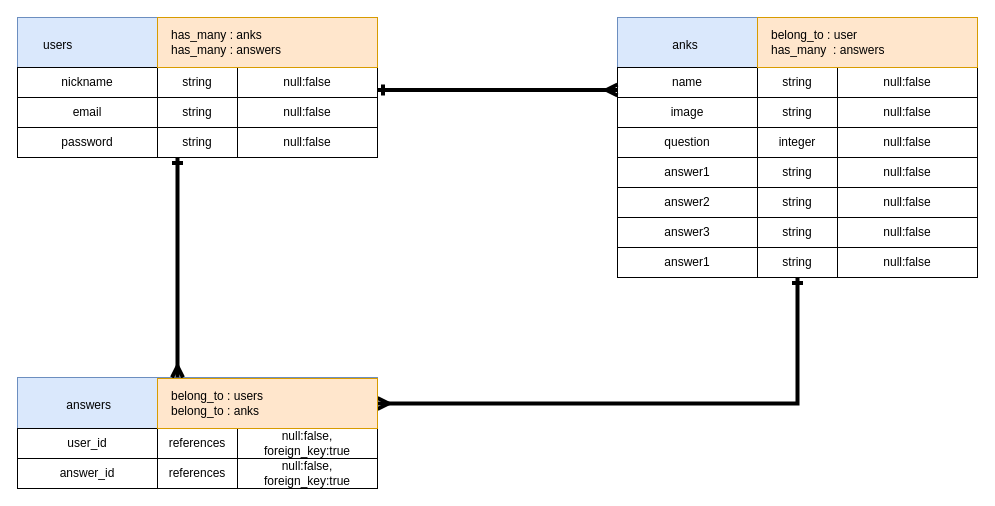
This is ER図.drawio from maruta-kazuhiro/KantananK, a draw.io file, before an edit. Source tidied: cells renumbered, new cells numbered last; positions are measured from the earlier drawing's top-left corner, leaving out a move shared by most shapes. Both pictures are drawn from the tidied source at 100%, with x=0, y=0 at pixel (17, 17).
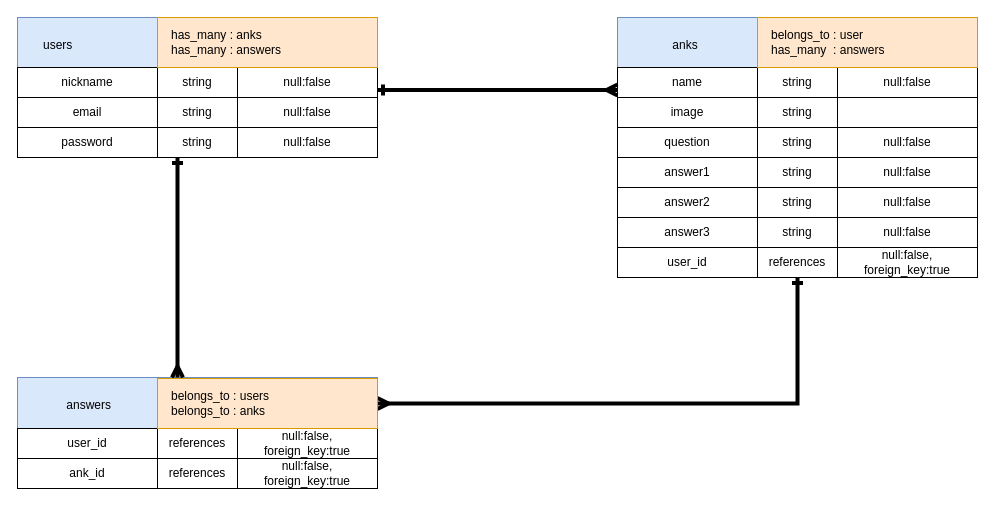
After the change.

Commit message (it also covers changes not shown here):
テーブルの記述

Diff of the diagram source:
```diff
@@
-    <mxCell id="11" value="answer_id" style="rounded=0;whiteSpace=wrap;html=1;gradientColor=none;" parent="1" vertex="1">
+    <mxCell id="11" value="ank_id" style="rounded=0;whiteSpace=wrap;html=1;gradientColor=none;" parent="1" vertex="1">
       <mxGeometry y="441" width="140" height="30" as="geometry" />
     </mxCell>
@@
-    <mxCell id="31" value="integer" style="rounded=0;whiteSpace=wrap;html=1;gradientColor=none;" parent="1" vertex="1">
+    <mxCell id="31" value="string" style="rounded=0;whiteSpace=wrap;html=1;gradientColor=none;" parent="1" vertex="1">
       <mxGeometry x="740" y="110" width="80" height="30" as="geometry" />
     </mxCell>
-    <mxCell id="32" value="null:false" style="rounded=0;whiteSpace=wrap;html=1;gradientColor=none;" parent="1" vertex="1">
+    <mxCell id="32" style="rounded=0;whiteSpace=wrap;html=1;gradientColor=none;" parent="1" vertex="1">
       <mxGeometry x="820" y="80" width="140" height="30" as="geometry" />
     </mxCell>
@@
-    <mxCell id="35" value="　belong_to : user&lt;br&gt;　has_many&amp;nbsp; : answers" style="rounded=0;whiteSpace=wrap;html=1;fillColor=#ffe6cc;strokeColor=#d79b00;align=left;" parent="1" vertex="1">
+    <mxCell id="35" value="　belongs_to : user&lt;br&gt;　has_many&amp;nbsp; : answers" style="rounded=0;whiteSpace=wrap;html=1;fillColor=#ffe6cc;strokeColor=#d79b00;align=left;" parent="1" vertex="1">
       <mxGeometry x="740" width="220" height="50" as="geometry" />
     </mxCell>
-    <mxCell id="36" style="edgeStyle=orthogonalEdgeStyle;rounded=0;jettySize=auto;html=1;exitX=1;exitY=0.5;exitDx=0;exitDy=0;entryX=0.5;entryY=1;entryDx=0;entryDy=0;startArrow=ERmany;startFill=0;endArrow=ERone;endFill=0;strokeWidth=4;" parent="1" edge="1" source="37" target="46">
+    <mxCell id="36" style="edgeStyle=orthogonalEdgeStyle;rounded=0;jettySize=auto;html=1;exitX=1;exitY=0.5;exitDx=0;exitDy=0;entryX=0.5;entryY=1;entryDx=0;entryDy=0;startArrow=ERmany;startFill=0;endArrow=ERone;endFill=0;strokeWidth=4;" parent="1" edge="1" source="37" target="49">
       <mxGeometry relative="1" as="geometry" />
     </mxCell>
-    <mxCell id="37" value="　belong_to : users&lt;br&gt;　belong_to : anks" style="rounded=0;whiteSpace=wrap;html=1;fillColor=#ffe6cc;strokeColor=#d79b00;align=left;" parent="1" vertex="1">
+    <mxCell id="37" value="　belongs_to : users&lt;br&gt;　belongs_to : anks" style="rounded=0;whiteSpace=wrap;html=1;fillColor=#ffe6cc;strokeColor=#d79b00;align=left;" parent="1" vertex="1">
       <mxGeometry x="140" y="361" width="220" height="50" as="geometry" />
     </mxCell>
@@
-    <mxCell id="45" value="answer1" style="rounded=0;whiteSpace=wrap;html=1;gradientColor=none;" parent="1" vertex="1">
-      <mxGeometry x="600" y="230" width="140" height="30" as="geometry" />
-    </mxCell>
-    <mxCell id="46" value="string" style="rounded=0;whiteSpace=wrap;html=1;gradientColor=none;" parent="1" vertex="1">
-      <mxGeometry x="740" y="230" width="80" height="30" as="geometry" />
-    </mxCell>
-    <mxCell id="47" value="null:false" style="rounded=0;whiteSpace=wrap;html=1;gradientColor=none;" parent="1" vertex="1">
-      <mxGeometry x="820" y="230" width="140" height="30" as="geometry" />
-    </mxCell>
+    <mxCell id="48" value="user_id" style="rounded=0;whiteSpace=wrap;html=1;gradientColor=none;" parent="1" vertex="1">
+      <mxGeometry x="600" y="230" width="140" height="30" as="geometry" />
+    </mxCell>
+    <mxCell id="49" value="references" style="rounded=0;whiteSpace=wrap;html=1;gradientColor=none;" parent="1" vertex="1">
+      <mxGeometry x="740" y="230" width="80" height="30" as="geometry" />
+    </mxCell>
+    <mxCell id="50" value="null:false, &lt;br&gt;foreign_key:true" style="rounded=0;whiteSpace=wrap;html=1;gradientColor=none;" parent="1" vertex="1">
+      <mxGeometry x="820" y="230" width="140" height="30" as="geometry" />
+    </mxCell>
```
